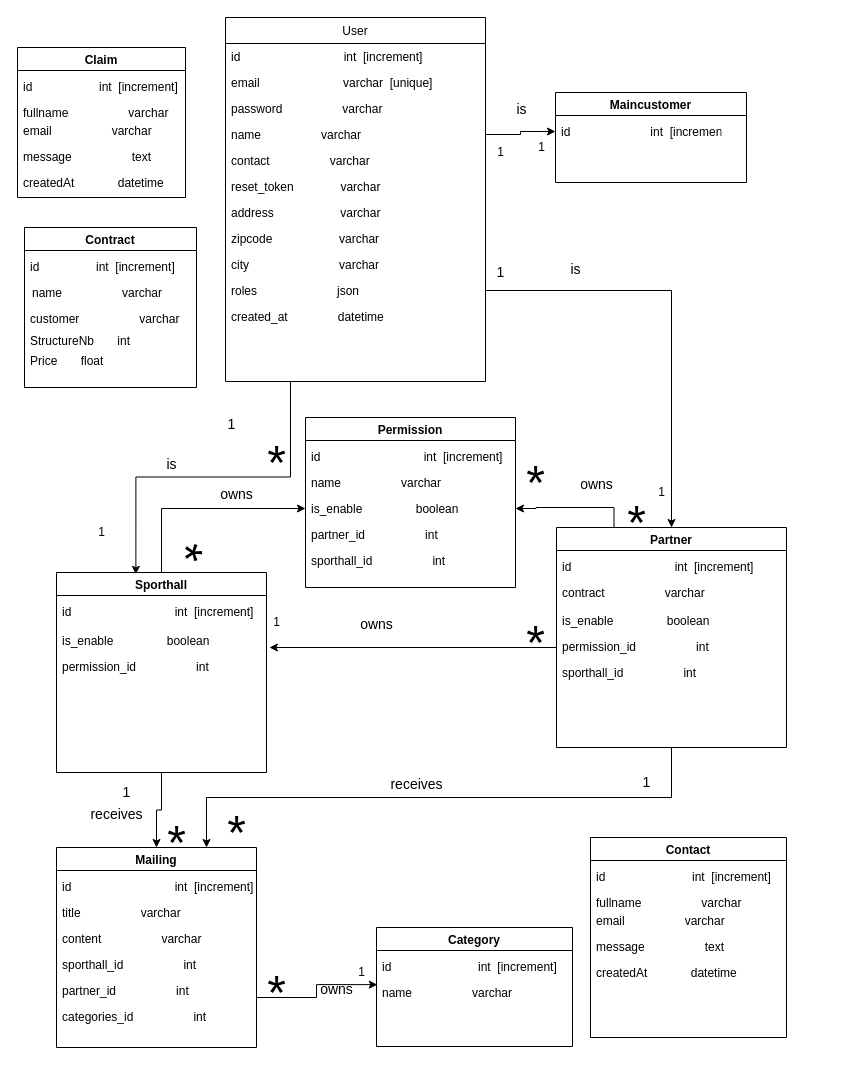
cyrisa02/diagrammes-UML keeps this draw.io diagram as PlanetBody/classes.drawio. Above is the earlier version. Source tidied: cells renumbered, new cells numbered last; positions are measured from the earlier drawing's top-left corner, leaving out a move shared by most shapes. Both pictures are drawn from the tidied source at 100%, with x=0, y=0 at pixel (17, 17).
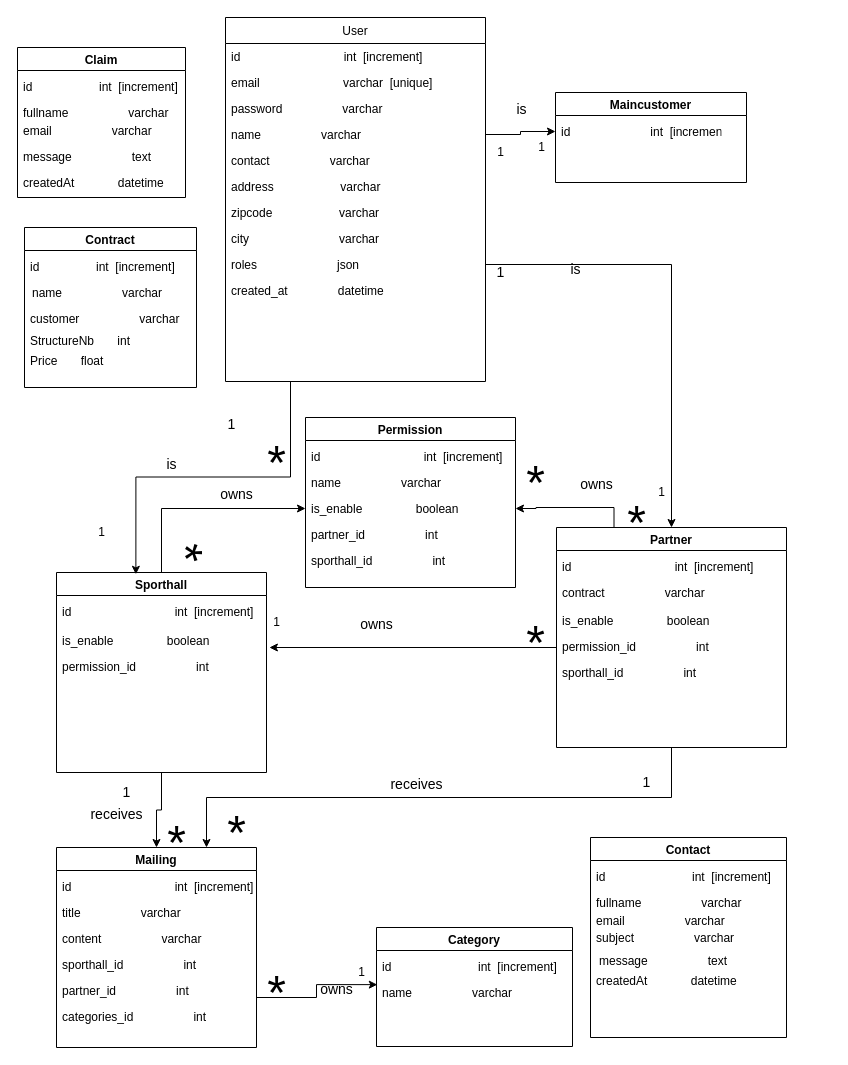
Above is the later version.

Commit message:
Mettre à jour classes.drawio

Unchanged cells that the change refers to:
```xml
<mxCell id="2" value="User" style="swimlane;fontStyle=0;align=center;verticalAlign=top;horizontal=1;startSize=26;rounded=0;shadow=0;strokeWidth=1;" parent="1" vertex="1">
  <mxGeometry x="208" width="260" height="364" as="geometry" />
</mxCell>
<mxCell id="77" value="Contact" style="swimlane;" parent="1" vertex="1">
  <mxGeometry x="573" y="820" width="196" height="200" as="geometry" />
</mxCell>
```

The edit, as a diff of the source:
```diff
@@
-    <mxCell id="8" value="reset_token              varchar" style="text;align=left;verticalAlign=top;spacingLeft=4;spacingRight=4;overflow=hidden;" parent="2" vertex="1">
-      <mxGeometry y="156" width="260" height="26" as="geometry" />
-    </mxCell>
     <mxCell id="9" value="address                    varchar" style="text;align=left;verticalAlign=top;spacingLeft=4;spacingRight=4;overflow=hidden;" parent="2" vertex="1">
-      <mxGeometry y="182" width="260" height="26" as="geometry" />
+      <mxGeometry y="156" width="260" height="26" as="geometry" />
     </mxCell>
     <mxCell id="10" value="zipcode                    varchar" style="text;align=left;verticalAlign=top;spacingLeft=4;spacingRight=4;overflow=hidden;" parent="2" vertex="1">
-      <mxGeometry y="208" width="260" height="26" as="geometry" />
+      <mxGeometry y="182" width="260" height="26" as="geometry" />
     </mxCell>
     <mxCell id="11" value="city                           varchar" style="text;align=left;verticalAlign=top;spacingLeft=4;spacingRight=4;overflow=hidden;" parent="2" vertex="1">
-      <mxGeometry y="234" width="260" height="26" as="geometry" />
+      <mxGeometry y="208" width="260" height="26" as="geometry" />
     </mxCell>
     <mxCell id="12" value="roles                        json" style="text;align=left;verticalAlign=top;spacingLeft=4;spacingRight=4;overflow=hidden;points=[[0,0.5],[1,0.5]];portConstraint=eastwest;" parent="2" vertex="1">
-      <mxGeometry y="260" width="260" height="26" as="geometry" />
+      <mxGeometry y="234" width="260" height="26" as="geometry" />
     </mxCell>
     <mxCell id="13" value="created_at               datetime" style="text;align=left;verticalAlign=top;spacingLeft=4;spacingRight=4;overflow=hidden;" parent="2" vertex="1">
-      <mxGeometry y="286" width="260" height="26" as="geometry" />
+      <mxGeometry y="260" width="260" height="26" as="geometry" />
     </mxCell>
@@
     <mxCell id="81" value="message                  text" style="text;align=left;verticalAlign=top;spacingLeft=4;spacingRight=4;overflow=hidden;" parent="77" vertex="1">
-      <mxGeometry y="96" width="190" height="26" as="geometry" />
+      <mxGeometry x="3" y="110" width="190" height="26" as="geometry" />
     </mxCell>
     <mxCell id="82" value="createdAt             datetime" style="text;align=left;verticalAlign=top;spacingLeft=4;spacingRight=4;overflow=hidden;" parent="77" vertex="1">
-      <mxGeometry y="122" width="190" height="26" as="geometry" />
+      <mxGeometry y="130" width="190" height="26" as="geometry" />
     </mxCell>
+    <mxCell id="96" value="subject                  varchar" style="text;align=left;verticalAlign=top;spacingLeft=4;spacingRight=4;overflow=hidden;" parent="77" vertex="1">
+      <mxGeometry y="87" width="190" height="26" as="geometry" />
+    </mxCell>
```
